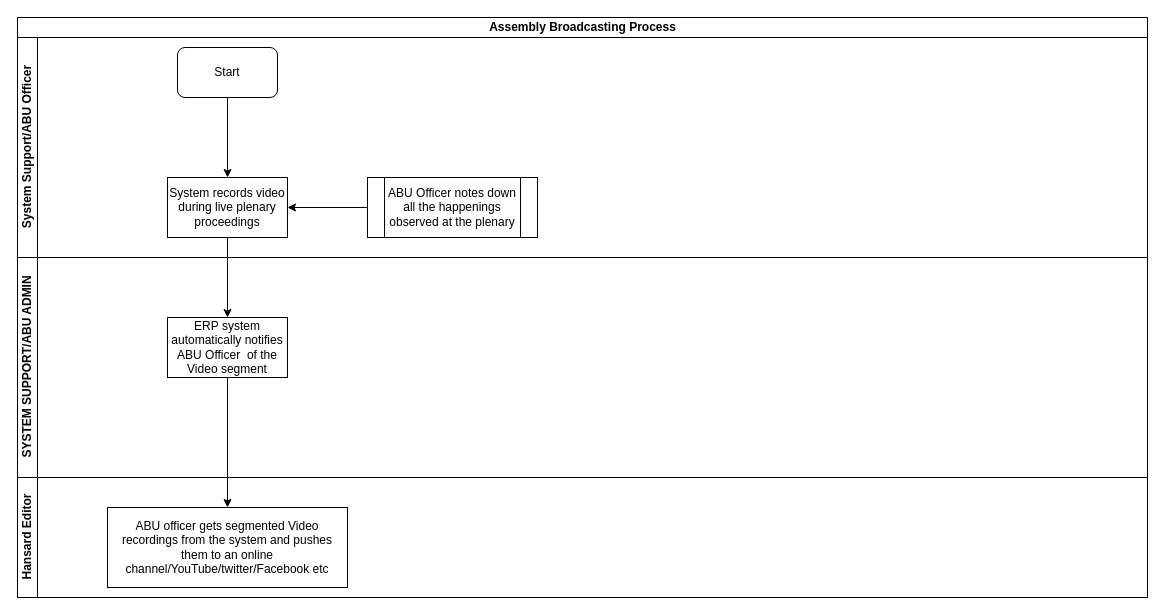
This is Assembly Broacasting.drawio from kmagua/flowcharts, a draw.io file, before an edit. Source tidied: cells renumbered, new cells numbered last; positions are measured from the earlier drawing's top-left corner, leaving out a move shared by most shapes. Both pictures are drawn from the tidied source at 100%, with x=0, y=0 at pixel (17, 17).
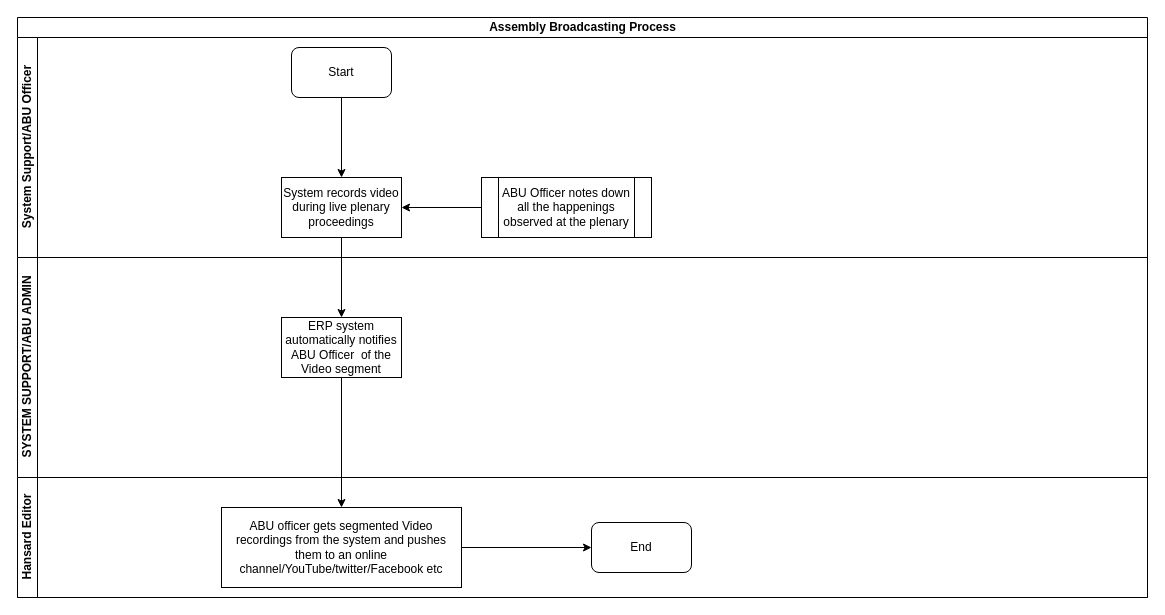
The same diagram, later.

Change to the diagram source:
```diff
@@
 <mxGraphModel>
   <root>
     <mxCell id="0" />
     <mxCell id="1" parent="0" />
     <mxCell id="2" value="Assembly Broadcasting Process" style="swimlane;html=1;horizontal=1;startSize=20;" parent="1" vertex="1">
       <mxGeometry width="1130" height="580" as="geometry" />
     </mxCell>
     <mxCell id="3" value="System Support/ABU Officer" style="swimlane;html=1;startSize=20;horizontal=0;" parent="2" vertex="1">
       <mxGeometry y="20" width="1130" height="220" as="geometry" />
     </mxCell>
     <mxCell id="4" value="Start" style="rounded=1;whiteSpace=wrap;html=1;" parent="3" vertex="1">
-      <mxGeometry x="160" y="10" width="100" height="50" as="geometry" />
+      <mxGeometry x="274" y="10" width="100" height="50" as="geometry" />
     </mxCell>
     <mxCell id="5" value="System records video during live plenary proceedings" style="rounded=0;whiteSpace=wrap;html=1;" parent="3" vertex="1">
-      <mxGeometry x="150" y="140" width="120" height="60" as="geometry" />
+      <mxGeometry x="264" y="140" width="120" height="60" as="geometry" />
     </mxCell>
     <mxCell id="6" style="edgeStyle=orthogonalEdgeStyle;rounded=0;jettySize=auto;html=1;entryX=0.5;entryY=0;entryDx=0;entryDy=0;" parent="3" edge="1" source="4" target="5">
       <mxGeometry relative="1" as="geometry" />
     </mxCell>
     <mxCell id="7" style="edgeStyle=orthogonalEdgeStyle;rounded=0;jettySize=auto;html=1;entryX=1;entryY=0.5;entryDx=0;entryDy=0;" parent="3" edge="1" source="8" target="5">
       <mxGeometry relative="1" as="geometry" />
     </mxCell>
     <mxCell id="8" value="ABU Officer notes down all the happenings observed at the plenary" style="shape=process;whiteSpace=wrap;html=1;backgroundOutline=1;" parent="3" vertex="1">
-      <mxGeometry x="350" y="140" width="170" height="60" as="geometry" />
+      <mxGeometry x="464" y="140" width="170" height="60" as="geometry" />
     </mxCell>
     <mxCell id="9" value="SYSTEM SUPPORT/ABU ADMIN" style="swimlane;html=1;startSize=20;horizontal=0;" parent="2" vertex="1">
       <mxGeometry y="240" width="1130" height="220" as="geometry" />
     </mxCell>
     <mxCell id="10" value="ERP system automatically notifies ABU Officer&amp;nbsp; of the Video segment" style="whiteSpace=wrap;html=1;rounded=0;" parent="9" vertex="1">
-      <mxGeometry x="150" y="60" width="120" height="60" as="geometry" />
+      <mxGeometry x="264" y="60" width="120" height="60" as="geometry" />
     </mxCell>
     <mxCell id="11" value="Hansard Editor" style="swimlane;html=1;startSize=20;horizontal=0;" parent="2" vertex="1">
       <mxGeometry y="460" width="1130" height="120" as="geometry" />
     </mxCell>
+    <mxCell id="15" value="End" style="rounded=1;whiteSpace=wrap;html=1;" parent="11" vertex="1">
+      <mxGeometry x="574" y="45" width="100" height="50" as="geometry" />
+    </mxCell>
     <mxCell id="12" value="ABU officer gets segmented Video recordings from the system and pushes them to an online channel/YouTube/twitter/Facebook etc" style="whiteSpace=wrap;html=1;rounded=0;" parent="11" vertex="1">
-      <mxGeometry x="90" y="30" width="240" height="80" as="geometry" />
+      <mxGeometry x="204" y="30" width="240" height="80" as="geometry" />
     </mxCell>
+    <mxCell id="16" style="edgeStyle=orthogonalEdgeStyle;rounded=0;jettySize=auto;html=1;entryX=0;entryY=0.5;entryDx=0;entryDy=0;" parent="11" edge="1" source="12" target="15">
+      <mxGeometry relative="1" as="geometry" />
+    </mxCell>
     <mxCell id="13" style="edgeStyle=orthogonalEdgeStyle;rounded=0;jettySize=auto;html=1;" parent="2" edge="1" source="5" target="10">
       <mxGeometry relative="1" as="geometry" />
     </mxCell>
     <mxCell id="14" style="edgeStyle=orthogonalEdgeStyle;rounded=0;jettySize=auto;html=1;" parent="2" edge="1" source="10" target="12">
       <mxGeometry relative="1" as="geometry" />
     </mxCell>
   </root>
 </mxGraphModel>
```
